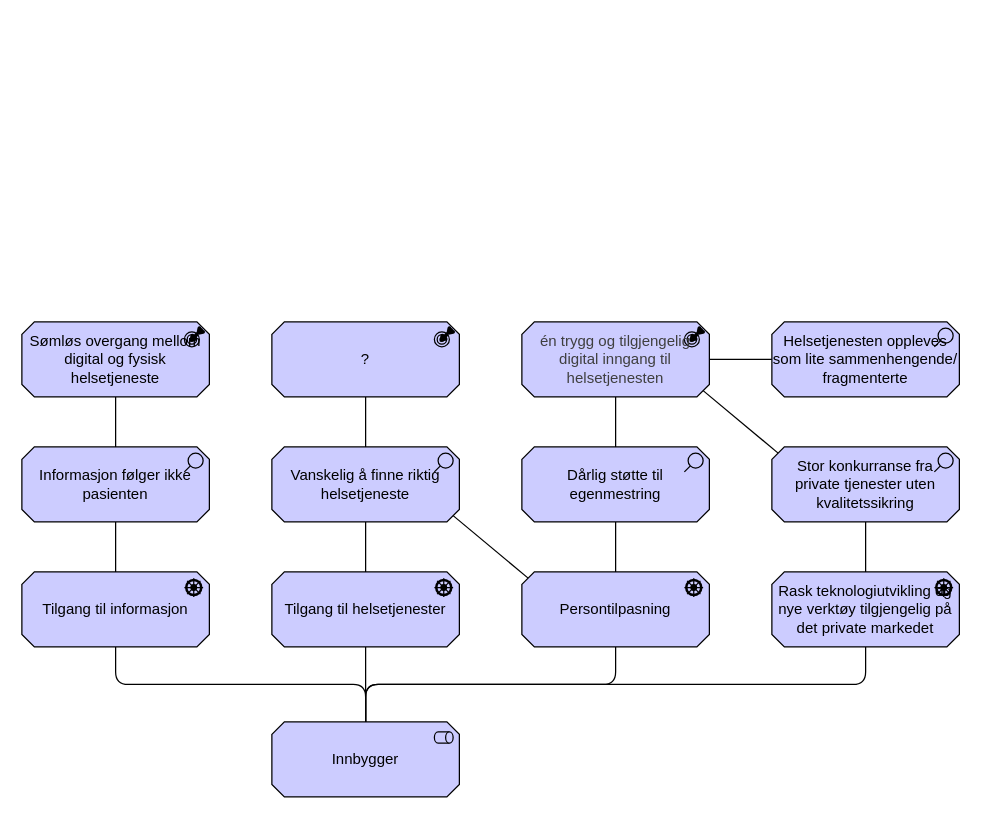
Earlier version of the draw.io diagram page "innbygger-concern" (2 of 5) of docs/interessent/motivasjon-interessent.drawio (hdir/Digital-Forstelinje). Source tidied: cells renumbered, new cells numbered last; positions are measured from the earlier drawing's top-left corner, leaving out a move shared by most shapes. Both pictures are drawn from the tidied source at 125%, with x=0, y=0 at pixel (21, 321).
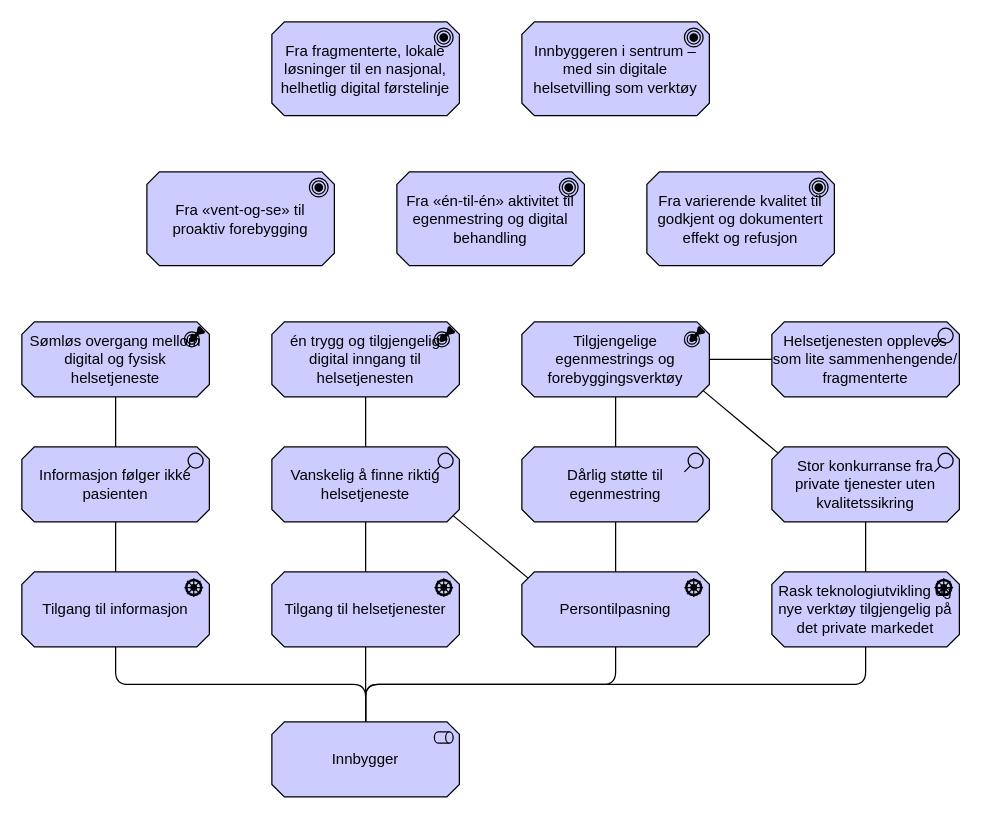
The same diagram, later.

The edit, as a diff of the source:
```diff
@@
-    <mxCell id="19" value="&lt;font style=&quot;color: rgb(63, 63, 63); scrollbar-color: rgb(226, 226, 226) rgb(251, 251, 251);&quot; face=&quot;Helvetica&quot;&gt;én trygg og tilgjengelig digital inngang til&lt;br style=&quot;color: rgb(63, 63, 63); scrollbar-color: rgb(226, 226, 226) rgb(251, 251, 251);&quot;&gt;&lt;/font&gt;&lt;font style=&quot;color: rgb(63, 63, 63); scrollbar-color: rgb(226, 226, 226) rgb(251, 251, 251);&quot; face=&quot;Helvetica&quot;&gt;helsetjenesten&lt;/font&gt;" style="html=1;outlineConnect=0;whiteSpace=wrap;fillColor=#CCCCFF;shape=mxgraph.archimate3.application;appType=outcome;archiType=oct;" parent="1" vertex="1">
+    <mxCell id="19" value="Tilgjengelige egenmestrings og forebyggingsverktøy" style="html=1;outlineConnect=0;whiteSpace=wrap;fillColor=#CCCCFF;shape=mxgraph.archimate3.application;appType=outcome;archiType=oct;" parent="1" vertex="1">
       <mxGeometry x="400" width="150" height="60" as="geometry" />
     </mxCell>
-    <mxCell id="20" value="?" style="html=1;outlineConnect=0;whiteSpace=wrap;fillColor=#CCCCFF;shape=mxgraph.archimate3.application;appType=outcome;archiType=oct;" parent="1" vertex="1">
+    <mxCell id="20" value="én trygg og tilgjengelig digital inngang til helsetjenesten" style="html=1;outlineConnect=0;whiteSpace=wrap;fillColor=#CCCCFF;shape=mxgraph.archimate3.application;appType=outcome;archiType=oct;" parent="1" vertex="1">
       <mxGeometry x="200" width="150" height="60" as="geometry" />
     </mxCell>
@@
+    <mxCell id="29" value="Fra fragmenterte, lokale løsninger til en nasjonal, helhetlig digital førstelinje" style="html=1;whiteSpace=wrap;fillColor=#CCCCFF;shape=mxgraph.archimate3.application;appType=goal;archiType=oct;" parent="1" vertex="1">
+      <mxGeometry x="200" y="-240" width="150" height="75" as="geometry" />
+    </mxCell>
+    <mxCell id="30" value="Fra «vent-og-se» til proaktiv forebygging" style="html=1;whiteSpace=wrap;fillColor=#CCCCFF;shape=mxgraph.archimate3.application;appType=goal;archiType=oct;" parent="1" vertex="1">
+      <mxGeometry x="100" y="-120" width="150" height="75" as="geometry" />
+    </mxCell>
+    <mxCell id="31" value="Fra «én-til-én» aktivitet til egenmestring og digital behandling" style="html=1;whiteSpace=wrap;fillColor=#CCCCFF;shape=mxgraph.archimate3.application;appType=goal;archiType=oct;" parent="1" vertex="1">
+      <mxGeometry x="300" y="-120" width="150" height="75" as="geometry" />
+    </mxCell>
+    <mxCell id="32" value="Fra varierende kvalitet til godkjent og dokumentert effekt og refusjon" style="html=1;whiteSpace=wrap;fillColor=#CCCCFF;shape=mxgraph.archimate3.application;appType=goal;archiType=oct;" parent="1" vertex="1">
+      <mxGeometry x="500" y="-120" width="150" height="75" as="geometry" />
+    </mxCell>
+    <mxCell id="33" value="Innbyggeren i sentrum – med sin digitale helsetvilling som verktøy" style="html=1;whiteSpace=wrap;fillColor=#CCCCFF;shape=mxgraph.archimate3.application;appType=goal;archiType=oct;" parent="1" vertex="1">
+      <mxGeometry x="400" y="-240" width="150" height="75" as="geometry" />
+    </mxCell>
```
